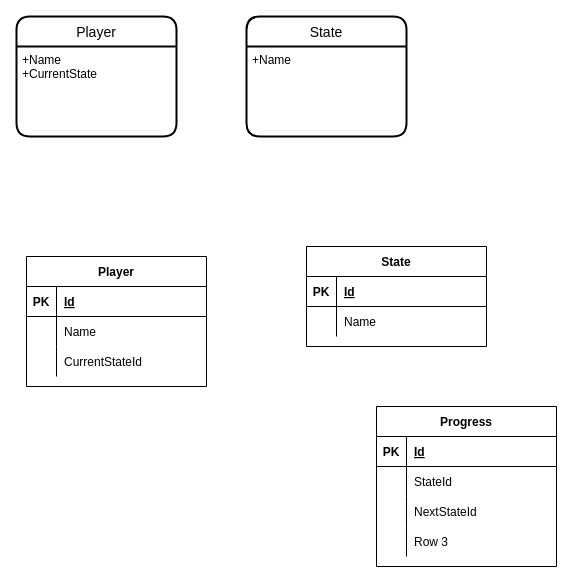
The draw.io diagram Document/repo-diagram.drawio in maint16/play-studio-testing, before the edit. Source tidied: cells renumbered, new cells numbered last; positions are measured from the earlier drawing's top-left corner, leaving out a move shared by most shapes. Both pictures are drawn from the tidied source at 100%, with x=0, y=0 at pixel (16, 16).
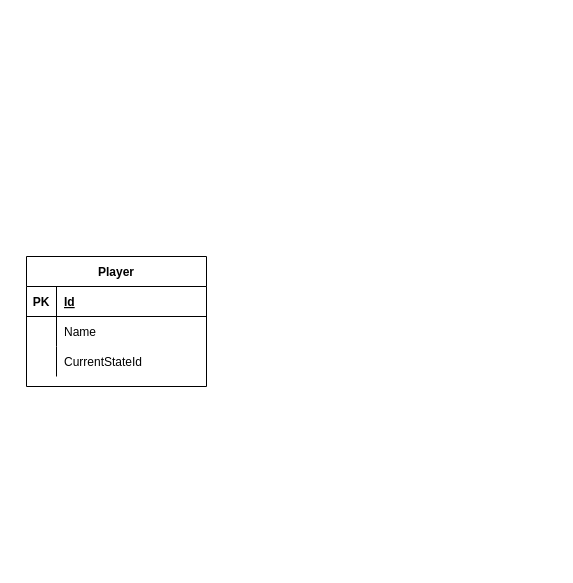
The same page after the edit.

Change to the diagram source:
```diff
@@
-    <mxCell id="2" value="Player" style="swimlane;horizontal=1;startSize=30;rounded=1;fontSize=14;fontStyle=0;strokeWidth=2;shadow=0;dashed=0;align=center;" parent="1" vertex="1">
-      <mxGeometry width="160" height="120" as="geometry" />
-    </mxCell>
-    <mxCell id="3" value="+Name&#10;+CurrentState&#10;" style="align=left;strokeColor=none;fillColor=none;spacingLeft=4;fontSize=12;verticalAlign=top;" parent="2" vertex="1">
-      <mxGeometry y="30" width="160" height="90" as="geometry" />
-    </mxCell>
-    <mxCell id="4" value="State" style="swimlane;horizontal=1;startSize=30;rounded=1;fontSize=14;fontStyle=0;strokeWidth=2;shadow=0;dashed=0;align=center;" parent="1" vertex="1">
-      <mxGeometry x="230" width="160" height="120" as="geometry" />
-    </mxCell>
-    <mxCell id="5" value="+Name" style="align=left;strokeColor=none;fillColor=none;spacingLeft=4;fontSize=12;verticalAlign=top;" parent="4" vertex="1">
-      <mxGeometry y="30" width="160" height="90" as="geometry" />
-    </mxCell>
@@
-    <mxCell id="16" value="State" style="shape=table;startSize=30;childLayout=tableLayout;rowLines=0;fontStyle=1;align=center;" parent="1" vertex="1">
-      <mxGeometry x="290" y="230" width="180" height="100" as="geometry" />
-    </mxCell>
-    <mxCell id="17" style="shape=tableRow;horizontal=0;startSize=0;swimlaneHead=0;swimlaneBody=0;fillColor=none;top=0;left=0;right=0;bottom=1;" parent="16" vertex="1">
-      <mxGeometry y="30" width="180" height="30" as="geometry" />
-    </mxCell>
-    <mxCell id="18" value="PK" style="shape=partialRectangle;fillColor=none;top=0;left=0;bottom=0;right=0;fontStyle=1;overflow=hidden;" parent="17" vertex="1">
-      <mxGeometry width="30" height="30" as="geometry" />
-    </mxCell>
-    <mxCell id="19" value="Id" style="shape=partialRectangle;fillColor=none;top=0;left=0;bottom=0;right=0;align=left;spacingLeft=6;fontStyle=5;overflow=hidden;" parent="17" vertex="1">
-      <mxGeometry x="30" width="150" height="30" as="geometry" />
-    </mxCell>
-    <mxCell id="20" style="shape=tableRow;horizontal=0;startSize=0;swimlaneHead=0;swimlaneBody=0;fillColor=none;top=0;left=0;right=0;bottom=0;" parent="16" vertex="1">
-      <mxGeometry y="60" width="180" height="30" as="geometry" />
-    </mxCell>
-    <mxCell id="21" style="shape=partialRectangle;fillColor=none;top=0;left=0;bottom=0;right=0;overflow=hidden;" parent="20" vertex="1">
-      <mxGeometry width="30" height="30" as="geometry" />
-    </mxCell>
-    <mxCell id="22" value="Name" style="shape=partialRectangle;fillColor=none;top=0;left=0;bottom=0;right=0;align=left;spacingLeft=6;overflow=hidden;" parent="20" vertex="1">
-      <mxGeometry x="30" width="150" height="30" as="geometry" />
-    </mxCell>
-    <mxCell id="23" value="Progress" style="shape=table;startSize=30;childLayout=tableLayout;rowLines=0;fontStyle=1;align=center;" parent="1" vertex="1">
-      <mxGeometry x="360" y="390" width="180" height="160" as="geometry" />
-    </mxCell>
-    <mxCell id="24" style="shape=tableRow;horizontal=0;startSize=0;swimlaneHead=0;swimlaneBody=0;fillColor=none;top=0;left=0;right=0;bottom=1;" parent="23" vertex="1">
-      <mxGeometry y="30" width="180" height="30" as="geometry" />
-    </mxCell>
-    <mxCell id="25" value="PK" style="shape=partialRectangle;fillColor=none;top=0;left=0;bottom=0;right=0;fontStyle=1;overflow=hidden;" parent="24" vertex="1">
-      <mxGeometry width="30" height="30" as="geometry" />
-    </mxCell>
-    <mxCell id="26" value="Id" style="shape=partialRectangle;fillColor=none;top=0;left=0;bottom=0;right=0;align=left;spacingLeft=6;fontStyle=5;overflow=hidden;" parent="24" vertex="1">
-      <mxGeometry x="30" width="150" height="30" as="geometry" />
-    </mxCell>
-    <mxCell id="27" style="shape=tableRow;horizontal=0;startSize=0;swimlaneHead=0;swimlaneBody=0;fillColor=none;top=0;left=0;right=0;bottom=0;" parent="23" vertex="1">
-      <mxGeometry y="60" width="180" height="30" as="geometry" />
-    </mxCell>
-    <mxCell id="28" style="shape=partialRectangle;fillColor=none;top=0;left=0;bottom=0;right=0;overflow=hidden;" parent="27" vertex="1">
-      <mxGeometry width="30" height="30" as="geometry" />
-    </mxCell>
-    <mxCell id="29" value="StateId" style="shape=partialRectangle;fillColor=none;top=0;left=0;bottom=0;right=0;align=left;spacingLeft=6;overflow=hidden;" parent="27" vertex="1">
-      <mxGeometry x="30" width="150" height="30" as="geometry" />
-    </mxCell>
-    <mxCell id="30" style="shape=tableRow;horizontal=0;startSize=0;swimlaneHead=0;swimlaneBody=0;fillColor=none;top=0;left=0;right=0;bottom=0;" parent="23" vertex="1">
-      <mxGeometry y="90" width="180" height="30" as="geometry" />
-    </mxCell>
-    <mxCell id="31" style="shape=partialRectangle;fillColor=none;top=0;left=0;bottom=0;right=0;overflow=hidden;" parent="30" vertex="1">
-      <mxGeometry width="30" height="30" as="geometry" />
-    </mxCell>
-    <mxCell id="32" value="NextStateId" style="shape=partialRectangle;fillColor=none;top=0;left=0;bottom=0;right=0;align=left;spacingLeft=6;overflow=hidden;" parent="30" vertex="1">
-      <mxGeometry x="30" width="150" height="30" as="geometry" />
-    </mxCell>
-    <mxCell id="33" style="shape=tableRow;horizontal=0;startSize=0;swimlaneHead=0;swimlaneBody=0;fillColor=none;top=0;left=0;right=0;bottom=0;" parent="23" vertex="1">
-      <mxGeometry y="120" width="180" height="30" as="geometry" />
-    </mxCell>
-    <mxCell id="34" style="shape=partialRectangle;fillColor=none;top=0;left=0;bottom=0;right=0;overflow=hidden;" parent="33" vertex="1">
-      <mxGeometry width="30" height="30" as="geometry" />
-    </mxCell>
-    <mxCell id="35" value="Row 3" style="shape=partialRectangle;fillColor=none;top=0;left=0;bottom=0;right=0;align=left;spacingLeft=6;overflow=hidden;" parent="33" vertex="1">
-      <mxGeometry x="30" width="150" height="30" as="geometry" />
-    </mxCell>
```
